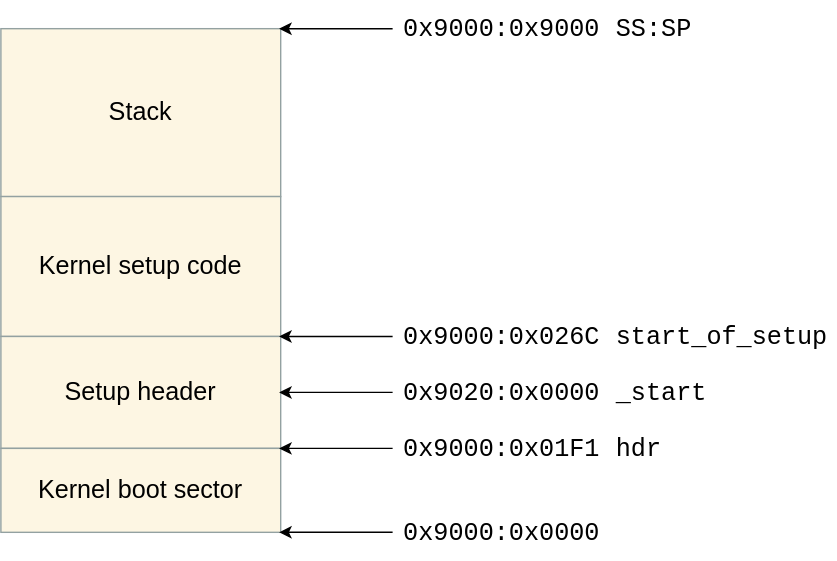
Before: Booting/images/early-stack.svg, a diagram exported from draw.io (0xAX/linux-insides). Source tidied: cells renumbered, new cells last; positions are measured from the earlier drawing's top-left corner, leaving out a move shared by most shapes.
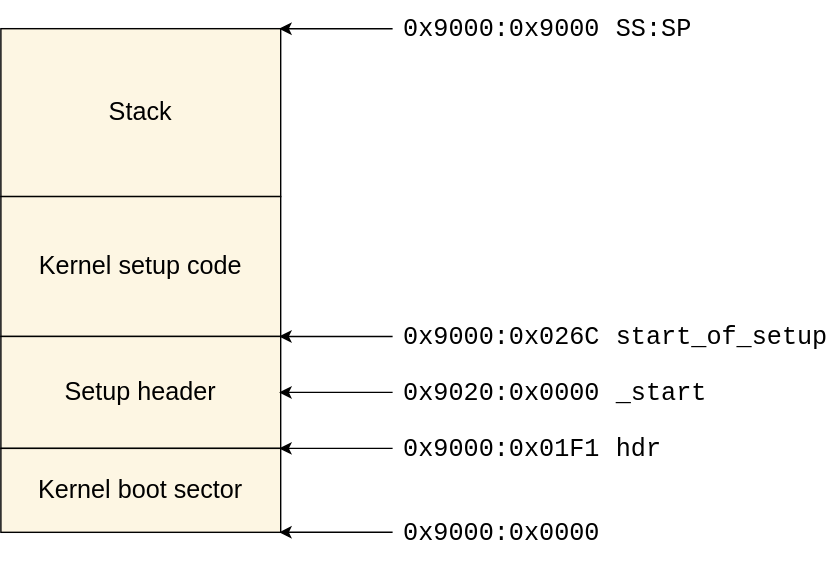
After the commit.

Commit message:
boot: unify borders on diagrams

What changed in the source:
```diff
@@ -2,16 +2,16 @@
   <root>
     <mxCell id="0" />
     <mxCell id="1" parent="0" />
-    <mxCell id="2" value="Stack" style="rounded=0;whiteSpace=wrap;html=1;fillColor=#FDF6E3;strokeColor=#93A1A1;strokeWidth=1;fontColor=#000000;fontSize=18;fontFamily=Helvetica;" parent="1" vertex="1">
+    <mxCell id="2" value="Stack" style="rounded=0;whiteSpace=wrap;html=1;fillColor=#FDF6E3;strokeColor=#000000;strokeWidth=1;fontColor=#000000;fontSize=18;fontFamily=Helvetica;" parent="1" vertex="1">
       <mxGeometry y="15" width="200" height="120" as="geometry" />
     </mxCell>
-    <mxCell id="3" value="Kernel setup code" style="rounded=0;whiteSpace=wrap;html=1;fillColor=#FDF6E3;strokeColor=#93A1A1;strokeWidth=1;fontColor=#000000;fontSize=18;fontFamily=Helvetica;" parent="1" vertex="1">
+    <mxCell id="3" value="Kernel setup code" style="rounded=0;whiteSpace=wrap;html=1;fillColor=#FDF6E3;strokeColor=#000000;strokeWidth=1;fontColor=#000000;fontSize=18;fontFamily=Helvetica;" parent="1" vertex="1">
       <mxGeometry y="135" width="200" height="100" as="geometry" />
     </mxCell>
-    <mxCell id="4" value="Setup header" style="rounded=0;whiteSpace=wrap;html=1;fillColor=#FDF6E3;strokeColor=#93A1A1;strokeWidth=1;fontColor=#000000;fontSize=18;fontFamily=Helvetica;" parent="1" vertex="1">
+    <mxCell id="4" value="Setup header" style="rounded=0;whiteSpace=wrap;html=1;fillColor=#FDF6E3;strokeColor=#000000;strokeWidth=1;fontColor=#000000;fontSize=18;fontFamily=Helvetica;" parent="1" vertex="1">
       <mxGeometry y="235" width="200" height="80" as="geometry" />
     </mxCell>
-    <mxCell id="5" value="Kernel boot sector" style="rounded=0;whiteSpace=wrap;html=1;fillColor=#FDF6E3;strokeColor=#93A1A1;strokeWidth=1;fontColor=#000000;fontSize=18;fontFamily=Helvetica;" parent="1" vertex="1">
+    <mxCell id="5" value="Kernel boot sector" style="rounded=0;whiteSpace=wrap;html=1;fillColor=#FDF6E3;strokeColor=#000000;strokeWidth=1;fontColor=#000000;fontSize=18;fontFamily=Helvetica;" parent="1" vertex="1">
       <mxGeometry y="315" width="200" height="60" as="geometry" />
     </mxCell>
     <mxCell id="6" style="edgeStyle=orthogonalEdgeStyle;rounded=0;orthogonalLoop=1;html=1;" parent="1" edge="1">
```
